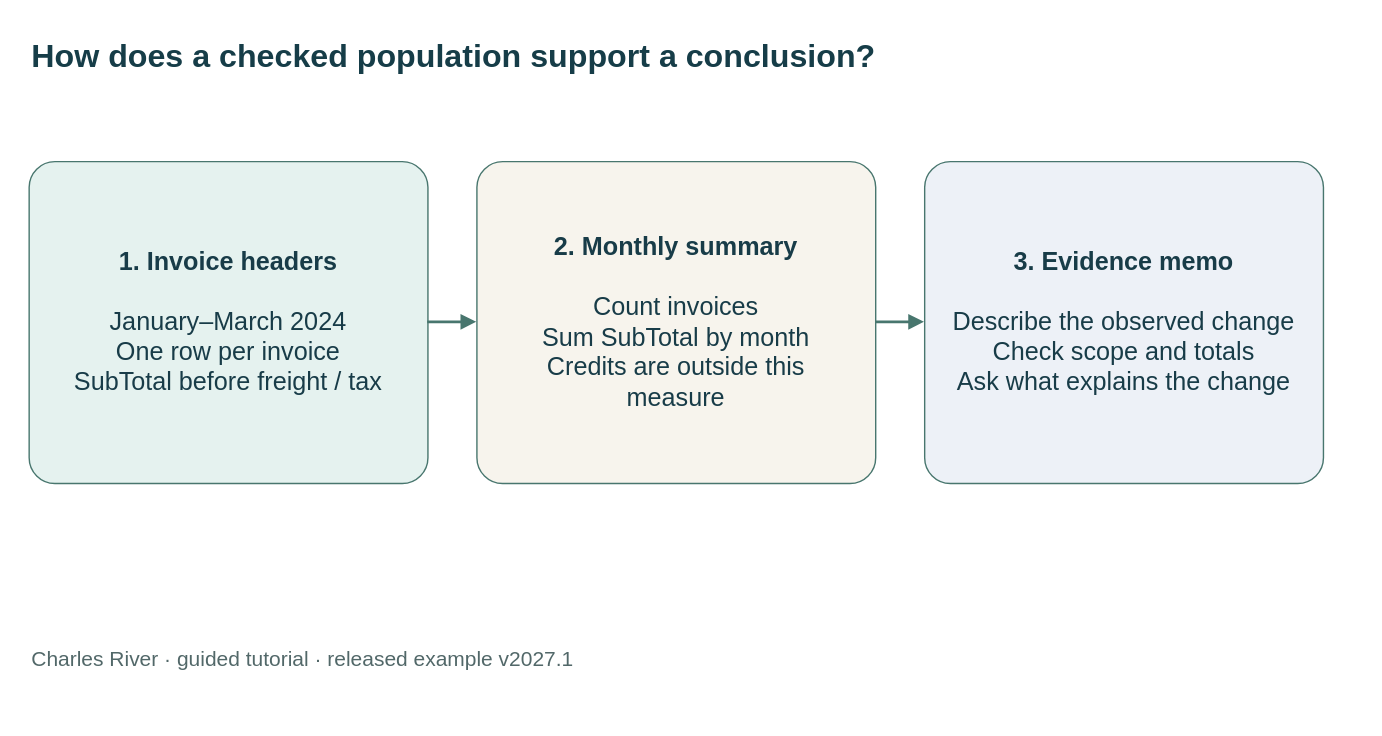
Above: static/diagrams/tutorials/turn-records-into-a-conclusion.svg in mmcodesso/CharlesRiver_Database (draw.io), before the change. Source tidied: cells renumbered, new cells last; positions are measured from the earlier drawing's top-left corner, leaving out a move shared by most shapes.
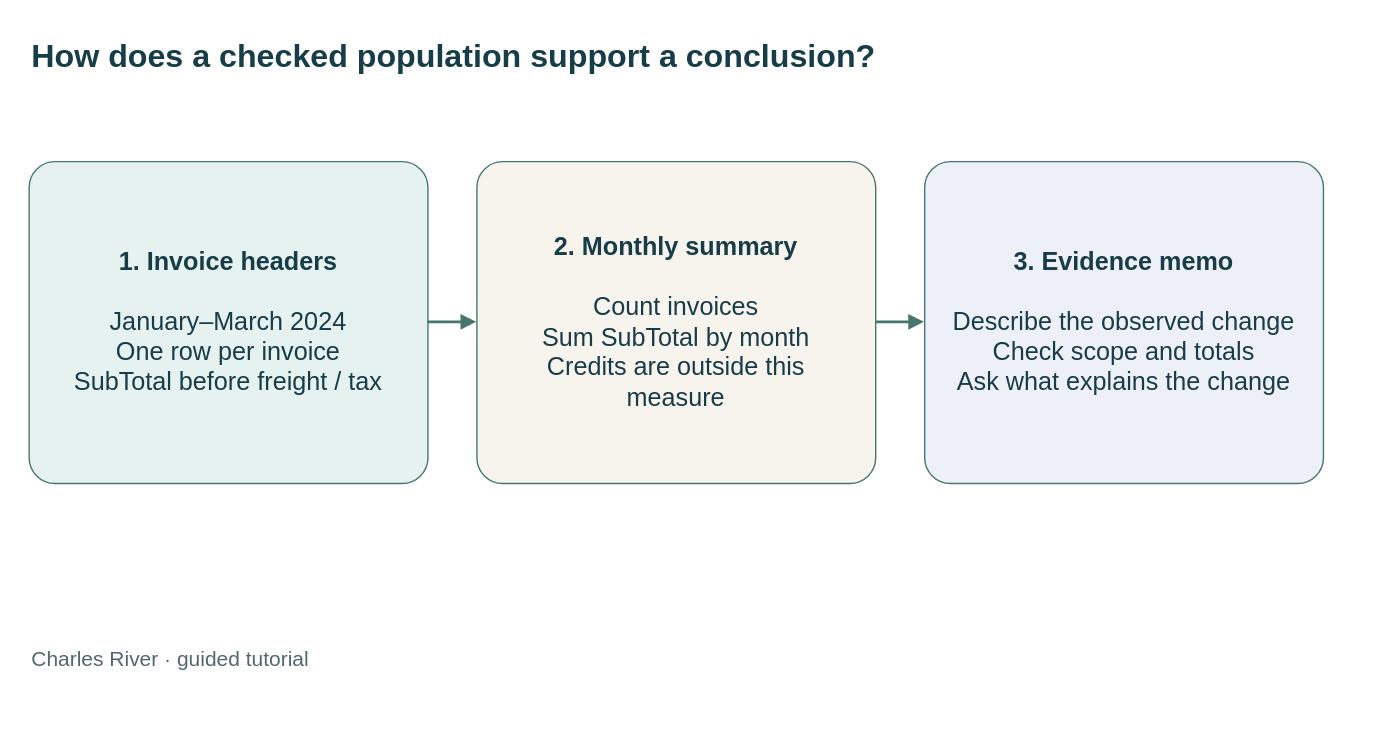
Later version of the same file.

Change to the diagram source:
```diff
@@ -20,7 +20,7 @@
     <mxCell id="7" style="edgeStyle=orthogonalEdgeStyle;rounded=0;html=0;strokeColor=#48766e;strokeWidth=2;endArrow=block;endFill=1;exitX=1;exitY=0.5;entryX=0;entryY=0.5;" parent="1" edge="1" source="4" target="5">
       <mxGeometry relative="1" as="geometry" />
     </mxCell>
-    <mxCell id="8" value="Charles River · guided tutorial · released example v2027.1" style="text;html=0;fontColor=#526869;fontSize=15;align=left;" parent="1" vertex="1">
+    <mxCell id="8" value="Charles River · guided tutorial" style="text;html=0;fontColor=#526869;fontSize=15;align=left;" parent="1" vertex="1">
       <mxGeometry y="435" width="920" height="30" as="geometry" />
     </mxCell>
   </root>
```
